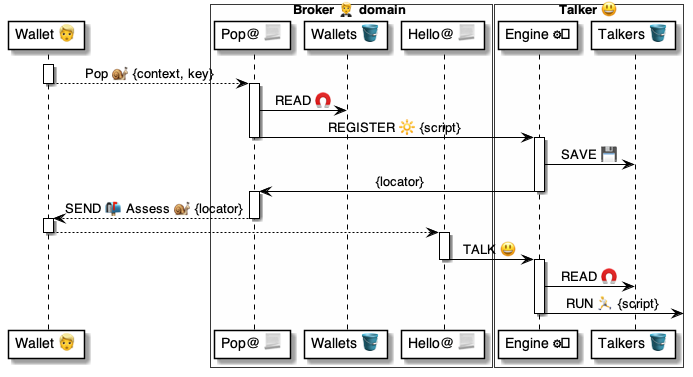
pollyweb-org/pollyweb-docs keeps this PlantUML diagram as 4 ⚙️ Solution/20 🧑‍🦰 UI/Brokers 🤵/🤵🅰️ Broker methods/Wallets 🧑‍🦰 Pop 🧑‍🦰🐌🤵/🤵 Pop ⚙️ uml.png. Above is the earlier version. Its source is kept beside it as 4 ⚙️ Solution/20 🧑‍🦰 UI/Brokers 🤵/🤵🅰️ Broker methods/Wallets 🧑‍🦰 Pop 🧑‍🦰🐌🤵/🤵 Pop ⚙️ uml.puml.
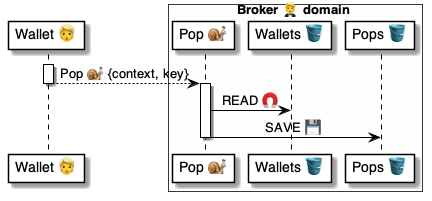
The same diagram one commit later.

Change to the diagram source:
```diff
@@ -3,14 +3,9 @@
 participant "Wallet 👱" as wallet
 
 box Broker 🤵 domain #FFFFFA
-    participant "Pop@ 📃" as pop
+    participant "Pop 🐌" as pop
     participant "Wallets 🪣" as wallets
-    participant "Hello@ 📃" as introduced
-end box
-
-box "Talker 😃" #FFFFFA
-    participant "Engine ⚙️" as engine
-    participant "Talkers 🪣" as talkers
+    participant "Pops 🪣" as pops
 end box
 
 
@@ -20,33 +15,9 @@
 
 activate pop
     pop -> wallets: READ 🧲
-    pop -> engine: REGISTER 🔆 {script}
-deactivate pop
-
-activate engine
-    engine -> talkers: SAVE 💾
-    engine -> pop: {locator}
-deactivate engine
-
-activate pop
-    pop --> wallet: SEND 📬 Assess 🐌 {locator}
+    pop -> pops: SAVE 💾
 deactivate pop
 
 
 
-
-activate wallet
-    wallet --> introduced:
-deactivate wallet
-
-activate introduced
-    introduced -> engine: TALK 😃
-deactivate introduced
-
-
-activate engine
-    engine -> talkers: READ 🧲
-    engine -> : RUN 🏃 {script}
-deactivate engine
-
 @enduml
```
